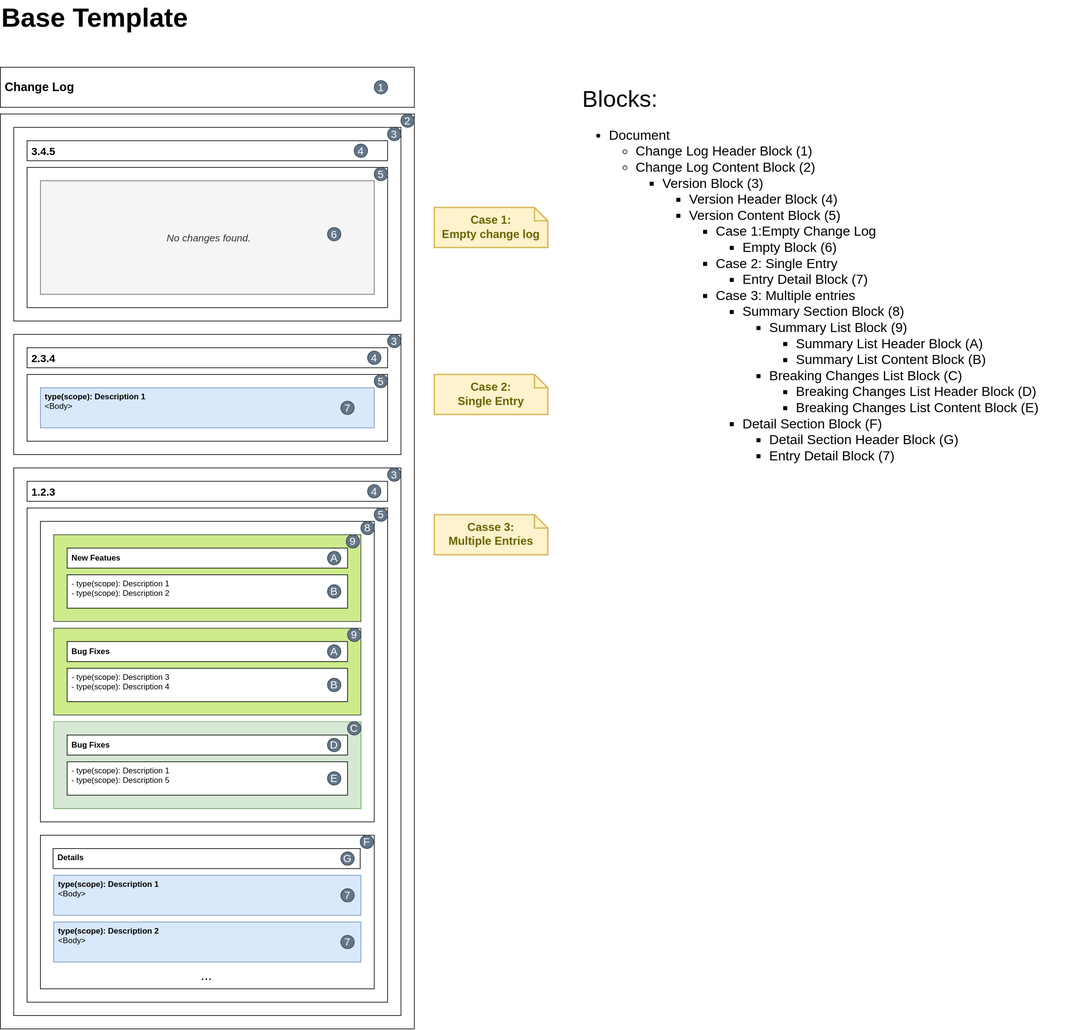
Above: docs/img/template-blocks.svg in ap0llo/changelog (draw.io), before the change. Source tidied: cells renumbered, new cells last; positions are measured from the earlier drawing's top-left corner, leaving out a move shared by most shapes.
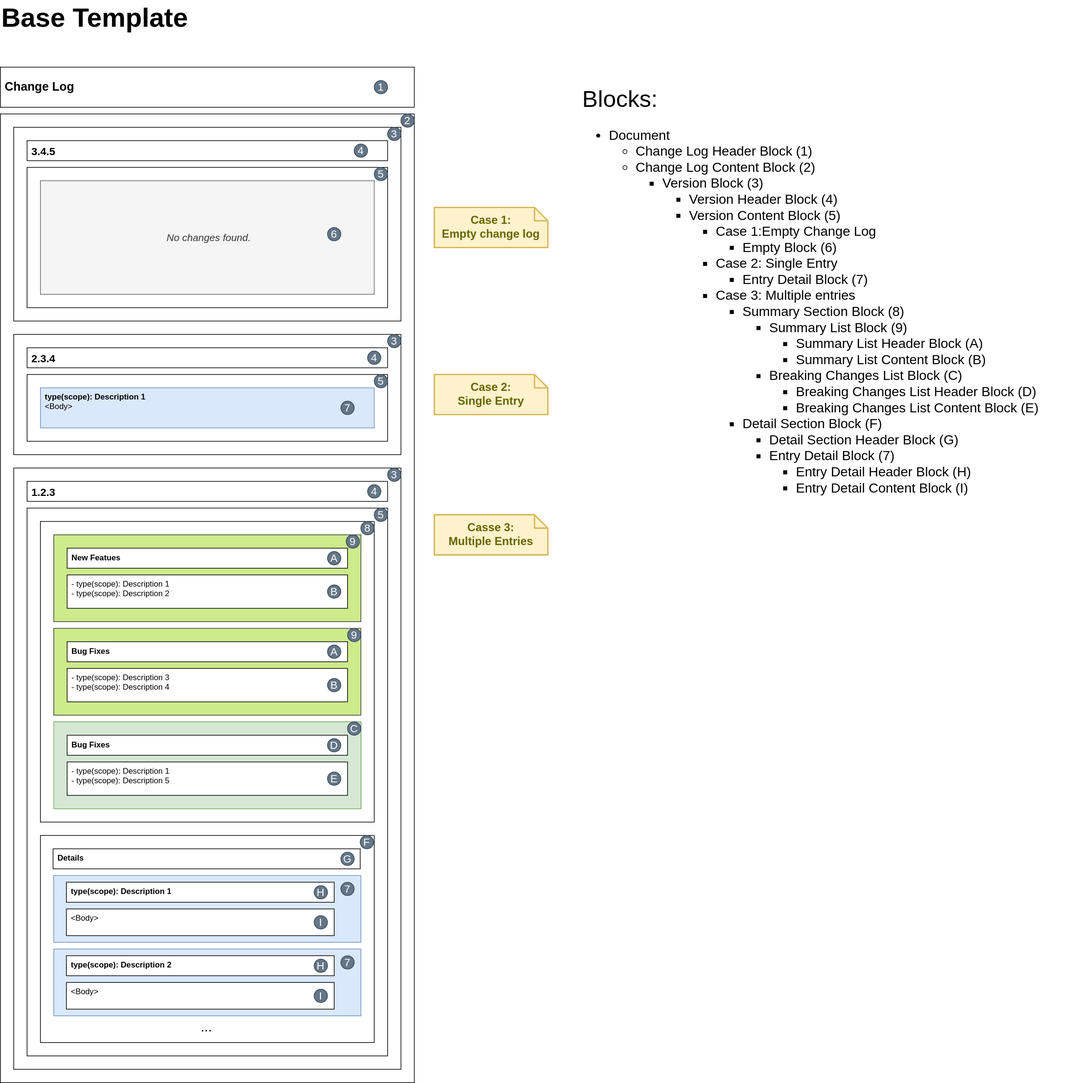
The same diagram one commit later.

The edit, as a diff of the source:
```diff
@@ -11,11 +11,11 @@
     <mxCell id="4" value="Base Template" style="text;html=1;strokeColor=none;fillColor=none;align=left;verticalAlign=middle;whiteSpace=wrap;rounded=0;fontSize=40;fontStyle=1;" parent="1" vertex="1">
       <mxGeometry width="300" height="50" as="geometry" />
     </mxCell>
-    <mxCell id="5" value="&lt;font style=&quot;font-size: 35px&quot;&gt;Blocks:&lt;/font&gt;&lt;br&gt;&lt;ul style=&quot;font-size: 20px&quot;&gt;&lt;li&gt;Document&lt;/li&gt;&lt;ul&gt;&lt;li&gt;Change Log Header Block (1)&lt;/li&gt;&lt;li&gt;Change Log Content Block (2)&lt;/li&gt;&lt;ul&gt;&lt;li&gt;Version Block (3)&lt;/li&gt;&lt;ul&gt;&lt;li&gt;Version Header Block (4)&lt;/li&gt;&lt;li&gt;Version Content Block (5)&lt;/li&gt;&lt;ul&gt;&lt;li&gt;Case 1:Empty Change Log&lt;/li&gt;&lt;ul&gt;&lt;li&gt;Empty Block (6)&lt;/li&gt;&lt;/ul&gt;&lt;li&gt;Case 2: Single Entry&lt;/li&gt;&lt;ul&gt;&lt;li&gt;Entry Detail Block (7)&lt;/li&gt;&lt;/ul&gt;&lt;li&gt;Case 3: Multiple entries&lt;/li&gt;&lt;ul&gt;&lt;li&gt;Summary Section Block (8)&lt;/li&gt;&lt;ul&gt;&lt;li&gt;Summary List Block (9)&lt;/li&gt;&lt;ul&gt;&lt;li&gt;Summary List Header Block (A)&lt;/li&gt;&lt;li&gt;Summary List Content Block (B)&lt;/li&gt;&lt;/ul&gt;&lt;li&gt;Breaking Changes List Block (C)&lt;/li&gt;&lt;ul&gt;&lt;li&gt;Breaking Changes List Header Block (D)&lt;/li&gt;&lt;li&gt;Breaking Changes List Content Block (E)&lt;/li&gt;&lt;/ul&gt;&lt;/ul&gt;&lt;li&gt;Detail Section Block (F)&lt;/li&gt;&lt;ul&gt;&lt;li&gt;Detail Section Header Block (G)&lt;/li&gt;&lt;li&gt;Entry Detail Block (7)&lt;/li&gt;&lt;/ul&gt;&lt;/ul&gt;&lt;/ul&gt;&lt;/ul&gt;&lt;/ul&gt;&lt;/ul&gt;&lt;/ul&gt;" style="text;html=1;strokeColor=none;fillColor=none;align=left;verticalAlign=top;whiteSpace=wrap;rounded=0;fontSize=40;" parent="1" vertex="1">
+    <mxCell id="5" value="&lt;font style=&quot;font-size: 35px&quot;&gt;Blocks:&lt;/font&gt;&lt;br&gt;&lt;ul style=&quot;font-size: 20px&quot;&gt;&lt;li&gt;Document&lt;/li&gt;&lt;ul&gt;&lt;li&gt;Change Log Header Block (1)&lt;/li&gt;&lt;li&gt;Change Log Content Block (2)&lt;/li&gt;&lt;ul&gt;&lt;li&gt;Version Block (3)&lt;/li&gt;&lt;ul&gt;&lt;li&gt;Version Header Block (4)&lt;/li&gt;&lt;li&gt;Version Content Block (5)&lt;/li&gt;&lt;ul&gt;&lt;li&gt;Case 1:Empty Change Log&lt;/li&gt;&lt;ul&gt;&lt;li&gt;Empty Block (6)&lt;/li&gt;&lt;/ul&gt;&lt;li&gt;Case 2: Single Entry&lt;/li&gt;&lt;ul&gt;&lt;li&gt;Entry Detail Block (7)&lt;/li&gt;&lt;/ul&gt;&lt;li&gt;Case 3: Multiple entries&lt;/li&gt;&lt;ul&gt;&lt;li&gt;Summary Section Block (8)&lt;/li&gt;&lt;ul&gt;&lt;li&gt;Summary List Block (9)&lt;/li&gt;&lt;ul&gt;&lt;li&gt;Summary List Header Block (A)&lt;/li&gt;&lt;li&gt;Summary List Content Block (B)&lt;/li&gt;&lt;/ul&gt;&lt;li&gt;Breaking Changes List Block (C)&lt;/li&gt;&lt;ul&gt;&lt;li&gt;Breaking Changes List Header Block (D)&lt;/li&gt;&lt;li&gt;Breaking Changes List Content Block (E)&lt;/li&gt;&lt;/ul&gt;&lt;/ul&gt;&lt;li&gt;Detail Section Block (F)&lt;/li&gt;&lt;ul&gt;&lt;li&gt;Detail Section Header Block (G)&lt;/li&gt;&lt;li&gt;Entry Detail Block (7)&lt;/li&gt;&lt;ul&gt;&lt;li&gt;Entry Detail Header Block (H)&lt;/li&gt;&lt;li&gt;Entry Detail Content Block (I)&lt;/li&gt;&lt;/ul&gt;&lt;/ul&gt;&lt;/ul&gt;&lt;/ul&gt;&lt;/ul&gt;&lt;/ul&gt;&lt;/ul&gt;&lt;/ul&gt;" style="text;html=1;strokeColor=none;fillColor=none;align=left;verticalAlign=top;whiteSpace=wrap;rounded=0;fontSize=40;" parent="1" vertex="1">
       <mxGeometry x="870" y="115" width="760" height="630" as="geometry" />
     </mxCell>
     <mxCell id="6" style="rounded=0;whiteSpace=wrap;html=1;fontSize=15;align=center;" parent="1" vertex="1">
-      <mxGeometry y="170" width="620" height="1370" as="geometry" />
+      <mxGeometry y="170" width="620" height="1450" as="geometry" />
     </mxCell>
     <mxCell id="7" style="group;" parent="1" vertex="1">
       <mxGeometry x="20" y="190" width="580" height="290" as="geometry" />
@@ -78,10 +78,10 @@
       <mxGeometry y="100" width="620" height="60" as="geometry" />
     </mxCell>
     <mxCell id="27" style="rounded=0;whiteSpace=wrap;html=1;fontSize=16;align=left;" parent="1" vertex="1">
-      <mxGeometry x="20" y="700" width="580" height="820" as="geometry" />
+      <mxGeometry x="20" y="700" width="580" height="900" as="geometry" />
     </mxCell>
     <mxCell id="28" style="whiteSpace=wrap;html=1;align=left;" parent="1" vertex="1">
-      <mxGeometry x="40" y="760" width="540" height="740" as="geometry" />
+      <mxGeometry x="40" y="760" width="540" height="820" as="geometry" />
     </mxCell>
     <mxCell id="29" style="group;" parent="1" vertex="1">
       <mxGeometry x="60" y="780" width="500" height="450" as="geometry" />
@@ -168,16 +168,16 @@
       <mxGeometry x="40" y="720" width="540" height="30" as="geometry" />
     </mxCell>
     <mxCell id="57" style="rounded=0;whiteSpace=wrap;html=1;align=left;verticalAlign=top;spacingLeft=5;fontStyle=1;" parent="1" vertex="1">
-      <mxGeometry x="60" y="1250" width="500" height="230" as="geometry" />
+      <mxGeometry x="60" y="1250" width="500" height="310" as="geometry" />
     </mxCell>
-    <mxCell id="58" value="&lt;b&gt;type(scope): Description 1&lt;/b&gt;&lt;br&gt;&amp;lt;Body&amp;gt;" style="rounded=0;whiteSpace=wrap;html=1;align=left;verticalAlign=top;spacingLeft=5;fillColor=#dae8fc;strokeColor=#6c8ebf;" parent="1" vertex="1">
-      <mxGeometry x="80" y="1310" width="460" height="60" as="geometry" />
+    <mxCell id="58" style="rounded=0;whiteSpace=wrap;html=1;align=left;verticalAlign=top;spacingLeft=5;fillColor=#dae8fc;strokeColor=#6c8ebf;" parent="1" vertex="1">
+      <mxGeometry x="80" y="1310" width="460" height="100" as="geometry" />
     </mxCell>
-    <mxCell id="59" value="&lt;b&gt;type(scope): Description 2&lt;/b&gt;&lt;br&gt;&amp;lt;Body&amp;gt;" style="rounded=0;whiteSpace=wrap;html=1;align=left;verticalAlign=top;spacingLeft=5;fillColor=#dae8fc;strokeColor=#6c8ebf;" parent="1" vertex="1">
-      <mxGeometry x="80" y="1380" width="460" height="60" as="geometry" />
+    <mxCell id="59" style="rounded=0;whiteSpace=wrap;html=1;align=left;verticalAlign=top;spacingLeft=5;fillColor=#dae8fc;strokeColor=#6c8ebf;" parent="1" vertex="1">
+      <mxGeometry x="80" y="1420" width="460" height="100" as="geometry" />
     </mxCell>
     <mxCell id="60" value="..." style="text;html=1;strokeColor=none;fillColor=none;align=center;verticalAlign=middle;whiteSpace=wrap;rounded=0;fontSize=20;" parent="1" vertex="1">
-      <mxGeometry x="289" y="1449.1" width="40" height="20" as="geometry" />
+      <mxGeometry x="289" y="1526.1" width="40" height="20" as="geometry" />
     </mxCell>
     <mxCell id="61" value="&lt;b&gt;Details&lt;/b&gt;" style="rounded=0;whiteSpace=wrap;html=1;align=left;verticalAlign=top;spacingLeft=5;" parent="1" vertex="1">
       <mxGeometry x="79" y="1270" width="460" height="30" as="geometry" />
@@ -198,7 +198,7 @@
       <mxGeometry x="580" y="700" width="20" height="20" as="geometry" />
     </mxCell>
     <mxCell id="67" value="7" style="ellipse;whiteSpace=wrap;html=1;fillColor=#647687;fontSize=16;align=center;strokeColor=#314354;fontColor=#ffffff;" parent="1" vertex="1">
-      <mxGeometry x="510" y="1330" width="20" height="20" as="geometry" />
+      <mxGeometry x="510" y="1320" width="20" height="20" as="geometry" />
     </mxCell>
     <mxCell id="68" value="F" style="ellipse;whiteSpace=wrap;html=1;fillColor=#647687;fontSize=16;align=center;strokeColor=#314354;fontColor=#ffffff;" parent="1" vertex="1">
       <mxGeometry x="539" y="1250" width="20" height="20" as="geometry" />
@@ -207,10 +207,34 @@
       <mxGeometry x="510" y="1275" width="20" height="20" as="geometry" />
     </mxCell>
     <mxCell id="70" value="7" style="ellipse;whiteSpace=wrap;html=1;fillColor=#647687;fontSize=16;align=center;strokeColor=#314354;fontColor=#ffffff;" parent="1" vertex="1">
-      <mxGeometry x="510" y="1400" width="20" height="20" as="geometry" />
+      <mxGeometry x="510" y="1430" width="20" height="20" as="geometry" />
     </mxCell>
     <mxCell id="71" value="Case 1:&lt;br&gt;Empty change log" style="shape=note;strokeWidth=2;fontSize=17;size=20;whiteSpace=wrap;html=1;fillColor=#fff2cc;strokeColor=#d6b656;fontColor=#666600;align=center;fontStyle=1;" parent="1" vertex="1">
       <mxGeometry x="650" y="310" width="170" height="60" as="geometry" />
     </mxCell>
+    <mxCell id="72" value="&lt;b&gt;type(scope): Description 1&lt;/b&gt;" style="rounded=0;whiteSpace=wrap;html=1;align=left;verticalAlign=top;spacingLeft=5;" parent="1" vertex="1">
+      <mxGeometry x="99" y="1320" width="401" height="30" as="geometry" />
+    </mxCell>
+    <mxCell id="73" value="&amp;lt;Body&amp;gt;" style="rounded=0;whiteSpace=wrap;html=1;align=left;verticalAlign=top;spacingLeft=5;" parent="1" vertex="1">
+      <mxGeometry x="99" y="1360" width="401" height="40" as="geometry" />
+    </mxCell>
+    <mxCell id="74" value="&lt;b&gt;type(scope): Description 2&lt;/b&gt;" style="rounded=0;whiteSpace=wrap;html=1;align=left;verticalAlign=top;spacingLeft=5;" parent="1" vertex="1">
+      <mxGeometry x="99" y="1430" width="401" height="30" as="geometry" />
+    </mxCell>
+    <mxCell id="75" value="&amp;lt;Body&amp;gt;" style="rounded=0;whiteSpace=wrap;html=1;align=left;verticalAlign=top;spacingLeft=5;" parent="1" vertex="1">
+      <mxGeometry x="99" y="1470" width="401" height="40" as="geometry" />
+    </mxCell>
+    <mxCell id="76" value="H" style="ellipse;whiteSpace=wrap;html=1;fillColor=#647687;fontSize=16;align=center;strokeColor=#314354;fontColor=#ffffff;" parent="1" vertex="1">
+      <mxGeometry x="470" y="1325" width="20" height="20" as="geometry" />
+    </mxCell>
+    <mxCell id="77" value="H" style="ellipse;whiteSpace=wrap;html=1;fillColor=#647687;fontSize=16;align=center;strokeColor=#314354;fontColor=#ffffff;" parent="1" vertex="1">
+      <mxGeometry x="470" y="1435" width="20" height="20" as="geometry" />
+    </mxCell>
+    <mxCell id="78" value="I" style="ellipse;whiteSpace=wrap;html=1;fillColor=#647687;fontSize=16;align=center;strokeColor=#314354;fontColor=#ffffff;" parent="1" vertex="1">
+      <mxGeometry x="470" y="1370" width="20" height="20" as="geometry" />
+    </mxCell>
+    <mxCell id="79" value="I" style="ellipse;whiteSpace=wrap;html=1;fillColor=#647687;fontSize=16;align=center;strokeColor=#314354;fontColor=#ffffff;" parent="1" vertex="1">
+      <mxGeometry x="470" y="1480" width="20" height="20" as="geometry" />
+    </mxCell>
   </root>
 </mxGraphModel>
```
